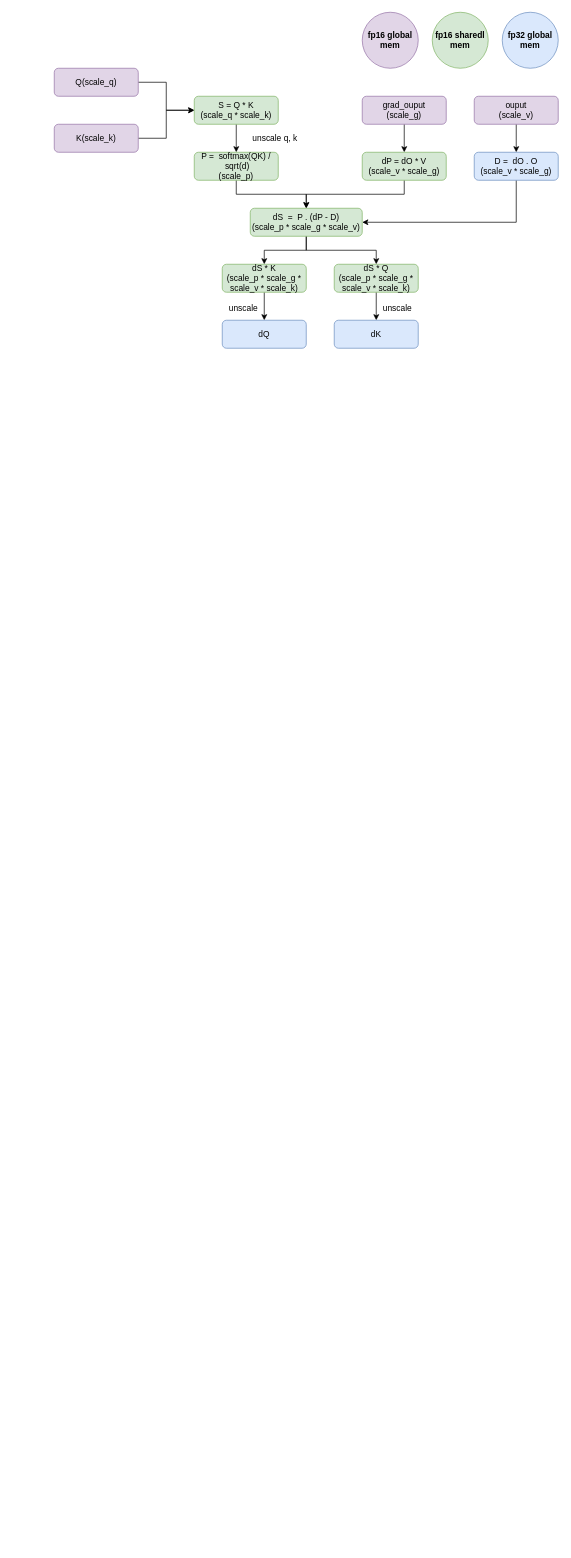
Before: flashAttention_Backward.drawio in nkzwchen/notebooks, a draw.io diagram. Source tidied: cells renumbered, new cells numbered last; positions are measured from the earlier drawing's top-left corner, leaving out a move shared by most shapes. Both pictures are drawn from the tidied source at 70%, with x=0, y=0 at pixel (54, 12).
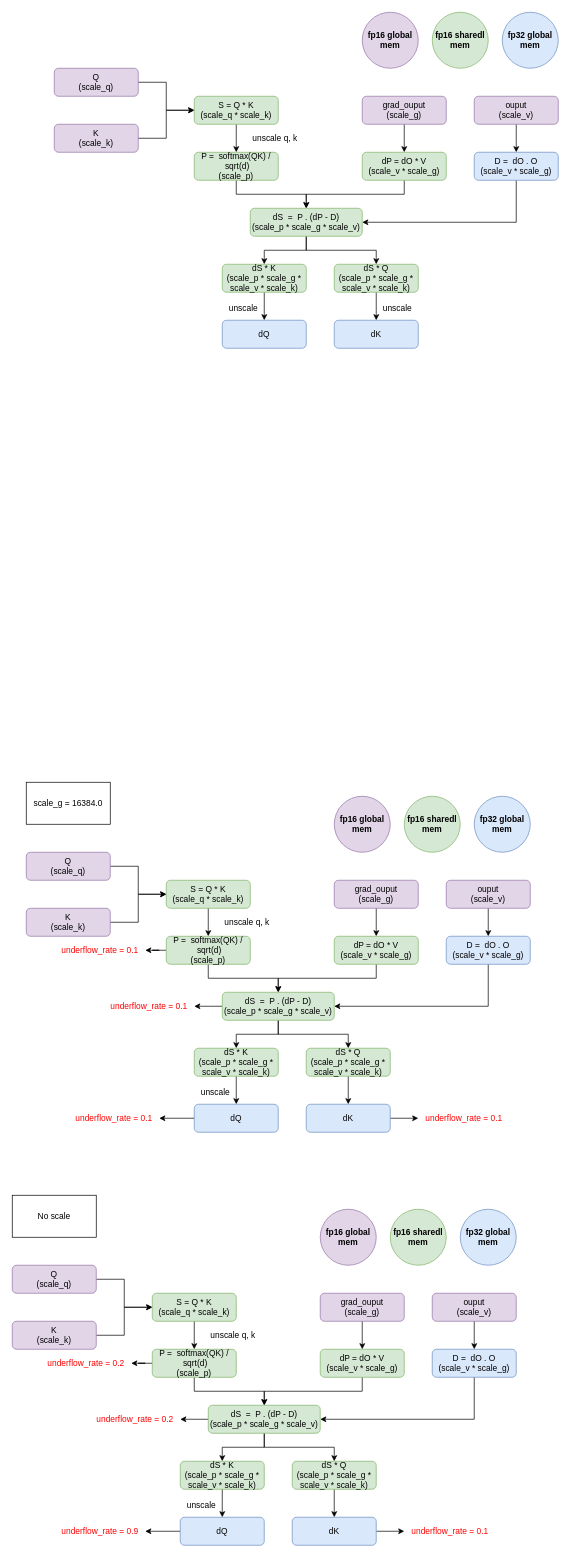
The same page after the edit.

What changed in the source:
```diff
@@
-    <mxCell id="3" value="Q(scale_q)" style="rounded=1;whiteSpace=wrap;html=1;fillColor=#e1d5e7;strokeColor=#9673a6;" parent="1" vertex="1">
+    <mxCell id="3" value="Q&lt;br&gt;(scale_q)" style="rounded=1;whiteSpace=wrap;html=1;fillColor=#e1d5e7;strokeColor=#9673a6;" parent="1" vertex="1">
       <mxGeometry y="80" width="120" height="40" as="geometry" />
     </mxCell>
@@
-    <mxCell id="5" value="K(scale_k)" style="rounded=1;whiteSpace=wrap;html=1;fillColor=#e1d5e7;strokeColor=#9673a6;" parent="1" vertex="1">
+    <mxCell id="5" value="K&lt;br&gt;(scale_k)" style="rounded=1;whiteSpace=wrap;html=1;fillColor=#e1d5e7;strokeColor=#9673a6;" parent="1" vertex="1">
       <mxGeometry y="160" width="120" height="40" as="geometry" />
     </mxCell>
@@
+    <mxCell id="33" style="edgeStyle=orthogonalEdgeStyle;rounded=0;jettySize=auto;html=1;exitX=1;exitY=0.5;exitDx=0;exitDy=0;entryX=0;entryY=0.5;entryDx=0;entryDy=0;" parent="1" edge="1" source="34" target="38">
+      <mxGeometry relative="1" as="geometry" />
+    </mxCell>
+    <mxCell id="34" value="Q&lt;br&gt;(scale_q)" style="rounded=1;whiteSpace=wrap;html=1;fillColor=#e1d5e7;strokeColor=#9673a6;" parent="1" vertex="1">
+      <mxGeometry x="-40" y="1200" width="120" height="40" as="geometry" />
+    </mxCell>
+    <mxCell id="35" style="edgeStyle=orthogonalEdgeStyle;rounded=0;jettySize=auto;html=1;entryX=0;entryY=0.5;entryDx=0;entryDy=0;" parent="1" edge="1" source="36" target="38">
+      <mxGeometry relative="1" as="geometry" />
+    </mxCell>
+    <mxCell id="36" value="K&lt;br&gt;(scale_k)" style="rounded=1;whiteSpace=wrap;html=1;fillColor=#e1d5e7;strokeColor=#9673a6;" parent="1" vertex="1">
+      <mxGeometry x="-40" y="1280" width="120" height="40" as="geometry" />
+    </mxCell>
+    <mxCell id="37" style="edgeStyle=orthogonalEdgeStyle;rounded=0;jettySize=auto;html=1;" parent="1" edge="1" source="38" target="41">
+      <mxGeometry relative="1" as="geometry" />
+    </mxCell>
+    <mxCell id="38" value="S = Q * K&lt;br&gt;(scale_q * scale_k)" style="rounded=1;whiteSpace=wrap;html=1;fillColor=#d5e8d4;strokeColor=#82b366;" parent="1" vertex="1">
+      <mxGeometry x="160" y="1240" width="120" height="40" as="geometry" />
+    </mxCell>
+    <mxCell id="39" style="edgeStyle=orthogonalEdgeStyle;rounded=0;jettySize=auto;html=1;exitX=0.5;exitY=1;exitDx=0;exitDy=0;entryX=0.5;entryY=0;entryDx=0;entryDy=0;" parent="1" edge="1" source="41" target="53">
+      <mxGeometry relative="1" as="geometry" />
+    </mxCell>
+    <mxCell id="40" style="edgeStyle=orthogonalEdgeStyle;rounded=0;jettySize=auto;html=1;" parent="1" edge="1" source="41" target="71">
+      <mxGeometry relative="1" as="geometry" />
+    </mxCell>
+    <mxCell id="41" value="P = &amp;nbsp;softmax(QK) / &amp;nbsp;sqrt(d)&lt;br&gt;(scale_p)" style="rounded=1;whiteSpace=wrap;html=1;fillColor=#d5e8d4;strokeColor=#82b366;" parent="1" vertex="1">
+      <mxGeometry x="160" y="1320" width="120" height="40" as="geometry" />
+    </mxCell>
+    <mxCell id="42" style="edgeStyle=orthogonalEdgeStyle;rounded=0;jettySize=auto;html=1;" parent="1" edge="1" source="43" target="49">
+      <mxGeometry relative="1" as="geometry" />
+    </mxCell>
+    <mxCell id="43" value="grad_ouput&lt;br&gt;(scale_g)" style="rounded=1;whiteSpace=wrap;html=1;fillColor=#e1d5e7;strokeColor=#9673a6;" parent="1" vertex="1">
+      <mxGeometry x="400" y="1240" width="120" height="40" as="geometry" />
+    </mxCell>
+    <mxCell id="44" style="edgeStyle=orthogonalEdgeStyle;rounded=0;jettySize=auto;html=1;" parent="1" edge="1" source="45" target="47">
+      <mxGeometry relative="1" as="geometry" />
+    </mxCell>
+    <mxCell id="45" value="ouput&lt;br&gt;(scale_v)" style="rounded=1;whiteSpace=wrap;html=1;fillColor=#e1d5e7;strokeColor=#9673a6;" parent="1" vertex="1">
+      <mxGeometry x="560" y="1240" width="120" height="40" as="geometry" />
+    </mxCell>
+    <mxCell id="46" style="edgeStyle=orthogonalEdgeStyle;rounded=0;jettySize=auto;html=1;exitX=0.5;exitY=1;exitDx=0;exitDy=0;entryX=1;entryY=0.5;entryDx=0;entryDy=0;" parent="1" edge="1" source="47" target="53">
+      <mxGeometry relative="1" as="geometry" />
+    </mxCell>
+    <mxCell id="47" value="D = &amp;nbsp;dO . O&lt;br&gt;(scale_v * scale_g)" style="rounded=1;whiteSpace=wrap;html=1;fillColor=#dae8fc;strokeColor=#6c8ebf;" parent="1" vertex="1">
+      <mxGeometry x="560" y="1320" width="120" height="40" as="geometry" />
+    </mxCell>
+    <mxCell id="48" style="edgeStyle=orthogonalEdgeStyle;rounded=0;jettySize=auto;html=1;exitX=0.5;exitY=1;exitDx=0;exitDy=0;entryX=0.5;entryY=0;entryDx=0;entryDy=0;" parent="1" edge="1" source="49" target="53">
+      <mxGeometry relative="1" as="geometry" />
+    </mxCell>
+    <mxCell id="49" value="dP = dO * V&lt;br&gt;(scale_v * scale_g)" style="rounded=1;whiteSpace=wrap;html=1;fillColor=#d5e8d4;strokeColor=#82b366;" parent="1" vertex="1">
+      <mxGeometry x="400" y="1320" width="120" height="40" as="geometry" />
+    </mxCell>
+    <mxCell id="50" style="edgeStyle=orthogonalEdgeStyle;rounded=0;jettySize=auto;html=1;" parent="1" edge="1" source="53" target="55">
+      <mxGeometry relative="1" as="geometry" />
+    </mxCell>
+    <mxCell id="51" style="edgeStyle=orthogonalEdgeStyle;rounded=0;jettySize=auto;html=1;exitX=0.5;exitY=1;exitDx=0;exitDy=0;entryX=0.5;entryY=0;entryDx=0;entryDy=0;" parent="1" edge="1" source="53" target="57">
+      <mxGeometry relative="1" as="geometry" />
+    </mxCell>
+    <mxCell id="52" style="edgeStyle=orthogonalEdgeStyle;rounded=0;jettySize=auto;html=1;" parent="1" edge="1" source="53" target="70">
+      <mxGeometry relative="1" as="geometry" />
+    </mxCell>
+    <mxCell id="53" value="dS &amp;nbsp;= &amp;nbsp;P . (dP - D)&lt;br&gt;(scale_p * scale_g * scale_v)" style="rounded=1;whiteSpace=wrap;html=1;fillColor=#d5e8d4;strokeColor=#82b366;" parent="1" vertex="1">
+      <mxGeometry x="240" y="1400" width="160" height="40" as="geometry" />
+    </mxCell>
+    <mxCell id="54" style="edgeStyle=orthogonalEdgeStyle;rounded=0;jettySize=auto;html=1;" parent="1" edge="1" source="55" target="61">
+      <mxGeometry relative="1" as="geometry" />
+    </mxCell>
+    <mxCell id="55" value="dS * K&lt;br&gt;(scale_p * scale_g * scale_v * scale_k)" style="whiteSpace=wrap;html=1;fillColor=#d5e8d4;strokeColor=#82b366;rounded=1;" parent="1" vertex="1">
+      <mxGeometry x="200" y="1480" width="120" height="40" as="geometry" />
+    </mxCell>
+    <mxCell id="56" style="edgeStyle=orthogonalEdgeStyle;rounded=0;jettySize=auto;html=1;" parent="1" edge="1" source="57" target="59">
+      <mxGeometry relative="1" as="geometry" />
+    </mxCell>
+    <mxCell id="57" value="dS * Q&lt;br&gt;(scale_p * scale_g * scale_v * scale_k)" style="whiteSpace=wrap;html=1;fillColor=#d5e8d4;strokeColor=#82b366;rounded=1;" parent="1" vertex="1">
+      <mxGeometry x="360" y="1480" width="120" height="40" as="geometry" />
+    </mxCell>
+    <mxCell id="58" style="edgeStyle=orthogonalEdgeStyle;rounded=0;jettySize=auto;html=1;" parent="1" edge="1" source="59" target="68">
+      <mxGeometry relative="1" as="geometry" />
+    </mxCell>
+    <mxCell id="59" value="dK" style="whiteSpace=wrap;html=1;fillColor=#dae8fc;strokeColor=#6c8ebf;rounded=1;" parent="1" vertex="1">
+      <mxGeometry x="360" y="1560" width="120" height="40" as="geometry" />
+    </mxCell>
+    <mxCell id="60" style="edgeStyle=orthogonalEdgeStyle;rounded=0;jettySize=auto;html=1;" parent="1" edge="1" source="61" target="69">
+      <mxGeometry relative="1" as="geometry" />
+    </mxCell>
+    <mxCell id="61" value="dQ" style="whiteSpace=wrap;html=1;fillColor=#dae8fc;strokeColor=#6c8ebf;rounded=1;" parent="1" vertex="1">
+      <mxGeometry x="200" y="1560" width="120" height="40" as="geometry" />
+    </mxCell>
+    <mxCell id="62" value="unscale" style="text;html=1;align=center;verticalAlign=middle;strokeColor=none;fillColor=none;" parent="1" vertex="1">
+      <mxGeometry x="200" y="1528" width="60" height="30" as="geometry" />
+    </mxCell>
+    <mxCell id="63" value="unscale q, k" style="text;html=1;align=center;verticalAlign=middle;strokeColor=none;fillColor=none;" parent="1" vertex="1">
+      <mxGeometry x="230" y="1285" width="90" height="30" as="geometry" />
+    </mxCell>
+    <mxCell id="64" value="&lt;b style=&quot;border-color: var(--border-color);&quot;&gt;fp16 global mem&lt;/b&gt;" style="ellipse;whiteSpace=wrap;html=1;fillColor=#e1d5e7;strokeColor=#9673a6;" parent="1" vertex="1">
+      <mxGeometry x="400" y="1120" width="80" height="80" as="geometry" />
+    </mxCell>
+    <mxCell id="65" value="&lt;b style=&quot;border-color: var(--border-color);&quot;&gt;fp16 sharedl mem&lt;/b&gt;" style="ellipse;whiteSpace=wrap;html=1;fillColor=#d5e8d4;strokeColor=#82b366;" parent="1" vertex="1">
+      <mxGeometry x="500" y="1120" width="80" height="80" as="geometry" />
+    </mxCell>
+    <mxCell id="66" value="&lt;b style=&quot;border-color: var(--border-color);&quot;&gt;fp32 global mem&lt;/b&gt;" style="ellipse;whiteSpace=wrap;html=1;fillColor=#dae8fc;strokeColor=#6c8ebf;" parent="1" vertex="1">
+      <mxGeometry x="600" y="1120" width="80" height="80" as="geometry" />
+    </mxCell>
+    <mxCell id="67" value="scale_g = 16384.0" style="rounded=0;whiteSpace=wrap;html=1;" parent="1" vertex="1">
+      <mxGeometry x="-40" y="1100" width="120" height="60" as="geometry" />
+    </mxCell>
+    <mxCell id="68" value="&lt;font color=&quot;#ff0000&quot;&gt;underflow_rate = 0.1&lt;/font&gt;" style="text;html=1;align=center;verticalAlign=middle;points=[];strokeColor=none;fillColor=none;" parent="1" vertex="1">
+      <mxGeometry x="520" y="1565" width="130" height="30" as="geometry" />
+    </mxCell>
+    <mxCell id="69" value="&lt;font color=&quot;#ff0000&quot;&gt;underflow_rate = 0.1&lt;/font&gt;" style="text;html=1;align=center;verticalAlign=middle;points=[];strokeColor=none;fillColor=none;" parent="1" vertex="1">
+      <mxGeometry x="20" y="1565" width="130" height="30" as="geometry" />
+    </mxCell>
+    <mxCell id="70" value="&lt;font color=&quot;#ff0000&quot;&gt;underflow_rate = 0.1&lt;/font&gt;" style="text;html=1;align=center;verticalAlign=middle;points=[];strokeColor=none;fillColor=none;" parent="1" vertex="1">
+      <mxGeometry x="70" y="1405" width="130" height="30" as="geometry" />
+    </mxCell>
+    <mxCell id="71" value="&lt;font color=&quot;#ff0000&quot;&gt;underflow_rate = 0.1&lt;/font&gt;" style="text;html=1;align=center;verticalAlign=middle;points=[];strokeColor=none;fillColor=none;" parent="1" vertex="1">
+      <mxGeometry y="1325" width="130" height="30" as="geometry" />
+    </mxCell>
+    <mxCell id="72" style="edgeStyle=orthogonalEdgeStyle;rounded=0;jettySize=auto;html=1;exitX=1;exitY=0.5;exitDx=0;exitDy=0;entryX=0;entryY=0.5;entryDx=0;entryDy=0;" parent="1" edge="1" source="73" target="77">
+      <mxGeometry relative="1" as="geometry" />
+    </mxCell>
+    <mxCell id="73" value="Q&lt;br&gt;(scale_q)" style="rounded=1;whiteSpace=wrap;html=1;fillColor=#e1d5e7;strokeColor=#9673a6;" parent="1" vertex="1">
+      <mxGeometry x="-60" y="1790" width="120" height="40" as="geometry" />
+    </mxCell>
+    <mxCell id="74" style="edgeStyle=orthogonalEdgeStyle;rounded=0;jettySize=auto;html=1;entryX=0;entryY=0.5;entryDx=0;entryDy=0;" parent="1" edge="1" source="75" target="77">
+      <mxGeometry relative="1" as="geometry" />
+    </mxCell>
+    <mxCell id="75" value="K&lt;br&gt;(scale_k)" style="rounded=1;whiteSpace=wrap;html=1;fillColor=#e1d5e7;strokeColor=#9673a6;" parent="1" vertex="1">
+      <mxGeometry x="-60" y="1870" width="120" height="40" as="geometry" />
+    </mxCell>
+    <mxCell id="76" style="edgeStyle=orthogonalEdgeStyle;rounded=0;jettySize=auto;html=1;" parent="1" edge="1" source="77" target="80">
+      <mxGeometry relative="1" as="geometry" />
+    </mxCell>
+    <mxCell id="77" value="S = Q * K&lt;br&gt;(scale_q * scale_k)" style="rounded=1;whiteSpace=wrap;html=1;fillColor=#d5e8d4;strokeColor=#82b366;" parent="1" vertex="1">
+      <mxGeometry x="140" y="1830" width="120" height="40" as="geometry" />
+    </mxCell>
+    <mxCell id="78" style="edgeStyle=orthogonalEdgeStyle;rounded=0;jettySize=auto;html=1;exitX=0.5;exitY=1;exitDx=0;exitDy=0;entryX=0.5;entryY=0;entryDx=0;entryDy=0;" parent="1" edge="1" source="80" target="92">
+      <mxGeometry relative="1" as="geometry" />
+    </mxCell>
+    <mxCell id="79" style="edgeStyle=orthogonalEdgeStyle;rounded=0;jettySize=auto;html=1;" parent="1" edge="1" source="80" target="110">
+      <mxGeometry relative="1" as="geometry" />
+    </mxCell>
+    <mxCell id="80" value="P = &amp;nbsp;softmax(QK) / &amp;nbsp;sqrt(d)&lt;br&gt;(scale_p)" style="rounded=1;whiteSpace=wrap;html=1;fillColor=#d5e8d4;strokeColor=#82b366;" parent="1" vertex="1">
+      <mxGeometry x="140" y="1910" width="120" height="40" as="geometry" />
+    </mxCell>
+    <mxCell id="81" style="edgeStyle=orthogonalEdgeStyle;rounded=0;jettySize=auto;html=1;" parent="1" edge="1" source="82" target="88">
+      <mxGeometry relative="1" as="geometry" />
+    </mxCell>
+    <mxCell id="82" value="grad_ouput&lt;br&gt;(scale_g)" style="rounded=1;whiteSpace=wrap;html=1;fillColor=#e1d5e7;strokeColor=#9673a6;" parent="1" vertex="1">
+      <mxGeometry x="380" y="1830" width="120" height="40" as="geometry" />
+    </mxCell>
+    <mxCell id="83" style="edgeStyle=orthogonalEdgeStyle;rounded=0;jettySize=auto;html=1;" parent="1" edge="1" source="84" target="86">
+      <mxGeometry relative="1" as="geometry" />
+    </mxCell>
+    <mxCell id="84" value="ouput&lt;br&gt;(scale_v)" style="rounded=1;whiteSpace=wrap;html=1;fillColor=#e1d5e7;strokeColor=#9673a6;" parent="1" vertex="1">
+      <mxGeometry x="540" y="1830" width="120" height="40" as="geometry" />
+    </mxCell>
+    <mxCell id="85" style="edgeStyle=orthogonalEdgeStyle;rounded=0;jettySize=auto;html=1;exitX=0.5;exitY=1;exitDx=0;exitDy=0;entryX=1;entryY=0.5;entryDx=0;entryDy=0;" parent="1" edge="1" source="86" target="92">
+      <mxGeometry relative="1" as="geometry" />
+    </mxCell>
+    <mxCell id="86" value="D = &amp;nbsp;dO . O&lt;br&gt;(scale_v * scale_g)" style="rounded=1;whiteSpace=wrap;html=1;fillColor=#dae8fc;strokeColor=#6c8ebf;" parent="1" vertex="1">
+      <mxGeometry x="540" y="1910" width="120" height="40" as="geometry" />
+    </mxCell>
+    <mxCell id="87" style="edgeStyle=orthogonalEdgeStyle;rounded=0;jettySize=auto;html=1;exitX=0.5;exitY=1;exitDx=0;exitDy=0;entryX=0.5;entryY=0;entryDx=0;entryDy=0;" parent="1" edge="1" source="88" target="92">
+      <mxGeometry relative="1" as="geometry" />
+    </mxCell>
+    <mxCell id="88" value="dP = dO * V&lt;br&gt;(scale_v * scale_g)" style="rounded=1;whiteSpace=wrap;html=1;fillColor=#d5e8d4;strokeColor=#82b366;" parent="1" vertex="1">
+      <mxGeometry x="380" y="1910" width="120" height="40" as="geometry" />
+    </mxCell>
+    <mxCell id="89" style="edgeStyle=orthogonalEdgeStyle;rounded=0;jettySize=auto;html=1;" parent="1" edge="1" source="92" target="94">
+      <mxGeometry relative="1" as="geometry" />
+    </mxCell>
+    <mxCell id="90" style="edgeStyle=orthogonalEdgeStyle;rounded=0;jettySize=auto;html=1;exitX=0.5;exitY=1;exitDx=0;exitDy=0;entryX=0.5;entryY=0;entryDx=0;entryDy=0;" parent="1" edge="1" source="92" target="96">
+      <mxGeometry relative="1" as="geometry" />
+    </mxCell>
+    <mxCell id="91" style="edgeStyle=orthogonalEdgeStyle;rounded=0;jettySize=auto;html=1;" parent="1" edge="1" source="92" target="109">
+      <mxGeometry relative="1" as="geometry" />
+    </mxCell>
+    <mxCell id="92" value="dS &amp;nbsp;= &amp;nbsp;P . (dP - D)&lt;br&gt;(scale_p * scale_g * scale_v)" style="rounded=1;whiteSpace=wrap;html=1;fillColor=#d5e8d4;strokeColor=#82b366;" parent="1" vertex="1">
+      <mxGeometry x="220" y="1990" width="160" height="40" as="geometry" />
+    </mxCell>
+    <mxCell id="93" style="edgeStyle=orthogonalEdgeStyle;rounded=0;jettySize=auto;html=1;" parent="1" edge="1" source="94" target="100">
+      <mxGeometry relative="1" as="geometry" />
+    </mxCell>
+    <mxCell id="94" value="dS * K&lt;br&gt;(scale_p * scale_g * scale_v * scale_k)" style="whiteSpace=wrap;html=1;fillColor=#d5e8d4;strokeColor=#82b366;rounded=1;" parent="1" vertex="1">
+      <mxGeometry x="180" y="2070" width="120" height="40" as="geometry" />
+    </mxCell>
+    <mxCell id="95" style="edgeStyle=orthogonalEdgeStyle;rounded=0;jettySize=auto;html=1;" parent="1" edge="1" source="96" target="98">
+      <mxGeometry relative="1" as="geometry" />
+    </mxCell>
+    <mxCell id="96" value="dS * Q&lt;br&gt;(scale_p * scale_g * scale_v * scale_k)" style="whiteSpace=wrap;html=1;fillColor=#d5e8d4;strokeColor=#82b366;rounded=1;" parent="1" vertex="1">
+      <mxGeometry x="340" y="2070" width="120" height="40" as="geometry" />
+    </mxCell>
+    <mxCell id="97" style="edgeStyle=orthogonalEdgeStyle;rounded=0;jettySize=auto;html=1;" parent="1" edge="1" source="98" target="107">
+      <mxGeometry relative="1" as="geometry" />
+    </mxCell>
+    <mxCell id="98" value="dK" style="whiteSpace=wrap;html=1;fillColor=#dae8fc;strokeColor=#6c8ebf;rounded=1;" parent="1" vertex="1">
+      <mxGeometry x="340" y="2150" width="120" height="40" as="geometry" />
+    </mxCell>
+    <mxCell id="99" style="edgeStyle=orthogonalEdgeStyle;rounded=0;jettySize=auto;html=1;" parent="1" edge="1" source="100" target="108">
+      <mxGeometry relative="1" as="geometry" />
+    </mxCell>
+    <mxCell id="100" value="dQ" style="whiteSpace=wrap;html=1;fillColor=#dae8fc;strokeColor=#6c8ebf;rounded=1;" parent="1" vertex="1">
+      <mxGeometry x="180" y="2150" width="120" height="40" as="geometry" />
+    </mxCell>
+    <mxCell id="101" value="unscale" style="text;html=1;align=center;verticalAlign=middle;strokeColor=none;fillColor=none;" parent="1" vertex="1">
+      <mxGeometry x="180" y="2118" width="60" height="30" as="geometry" />
+    </mxCell>
+    <mxCell id="102" value="unscale q, k" style="text;html=1;align=center;verticalAlign=middle;strokeColor=none;fillColor=none;" parent="1" vertex="1">
+      <mxGeometry x="210" y="1875" width="90" height="30" as="geometry" />
+    </mxCell>
+    <mxCell id="103" value="&lt;b style=&quot;border-color: var(--border-color);&quot;&gt;fp16 global mem&lt;/b&gt;" style="ellipse;whiteSpace=wrap;html=1;fillColor=#e1d5e7;strokeColor=#9673a6;" parent="1" vertex="1">
+      <mxGeometry x="380" y="1710" width="80" height="80" as="geometry" />
+    </mxCell>
+    <mxCell id="104" value="&lt;b style=&quot;border-color: var(--border-color);&quot;&gt;fp16 sharedl mem&lt;/b&gt;" style="ellipse;whiteSpace=wrap;html=1;fillColor=#d5e8d4;strokeColor=#82b366;" parent="1" vertex="1">
+      <mxGeometry x="480" y="1710" width="80" height="80" as="geometry" />
+    </mxCell>
+    <mxCell id="105" value="&lt;b style=&quot;border-color: var(--border-color);&quot;&gt;fp32 global mem&lt;/b&gt;" style="ellipse;whiteSpace=wrap;html=1;fillColor=#dae8fc;strokeColor=#6c8ebf;" parent="1" vertex="1">
+      <mxGeometry x="580" y="1710" width="80" height="80" as="geometry" />
+    </mxCell>
+    <mxCell id="106" value="No scale" style="rounded=0;whiteSpace=wrap;html=1;" parent="1" vertex="1">
+      <mxGeometry x="-60" y="1690" width="120" height="60" as="geometry" />
+    </mxCell>
+    <mxCell id="107" value="&lt;font color=&quot;#ff0000&quot;&gt;underflow_rate = 0.1&lt;/font&gt;" style="text;html=1;align=center;verticalAlign=middle;points=[];strokeColor=none;fillColor=none;" parent="1" vertex="1">
+      <mxGeometry x="500" y="2155" width="130" height="30" as="geometry" />
+    </mxCell>
+    <mxCell id="108" value="&lt;font color=&quot;#ff0000&quot;&gt;underflow_rate = 0.9&lt;/font&gt;" style="text;html=1;align=center;verticalAlign=middle;points=[];strokeColor=none;fillColor=none;" parent="1" vertex="1">
+      <mxGeometry y="2155" width="130" height="30" as="geometry" />
+    </mxCell>
+    <mxCell id="109" value="&lt;font color=&quot;#ff0000&quot;&gt;underflow_rate = 0.2&lt;/font&gt;" style="text;html=1;align=center;verticalAlign=middle;points=[];strokeColor=none;fillColor=none;" parent="1" vertex="1">
+      <mxGeometry x="50" y="1995" width="130" height="30" as="geometry" />
+    </mxCell>
+    <mxCell id="110" value="&lt;font color=&quot;#ff0000&quot;&gt;underflow_rate = 0.2&lt;/font&gt;" style="text;html=1;align=center;verticalAlign=middle;points=[];strokeColor=none;fillColor=none;" parent="1" vertex="1">
+      <mxGeometry x="-20" y="1915" width="130" height="30" as="geometry" />
+    </mxCell>
```
